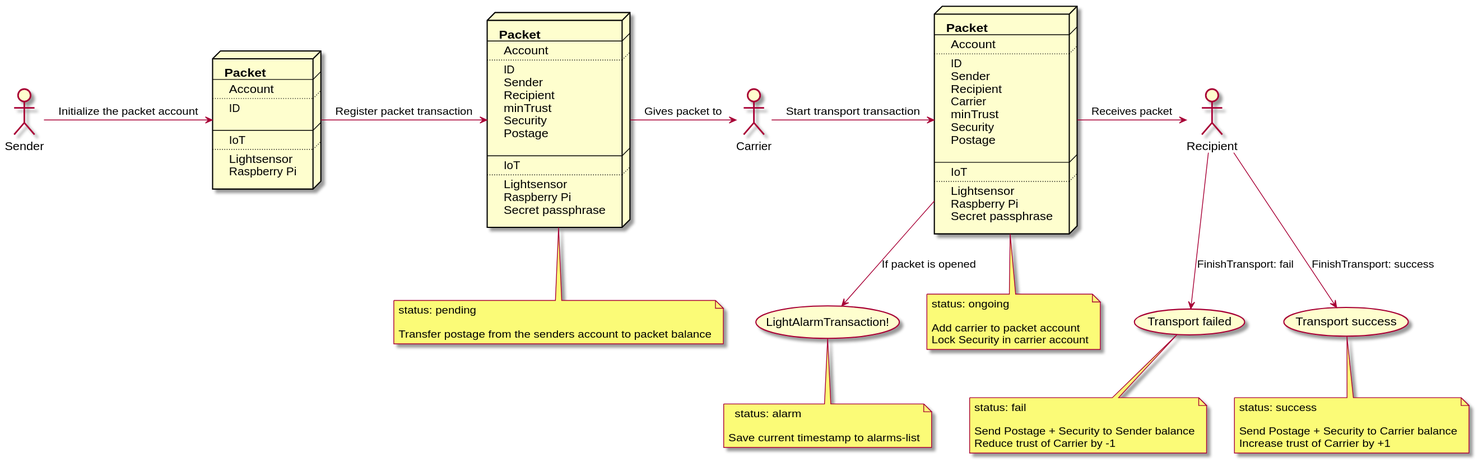
The PlantUML diagram transport/transport-uml.svg in LiskArchive/lisk-sdk-examples, before a commit.
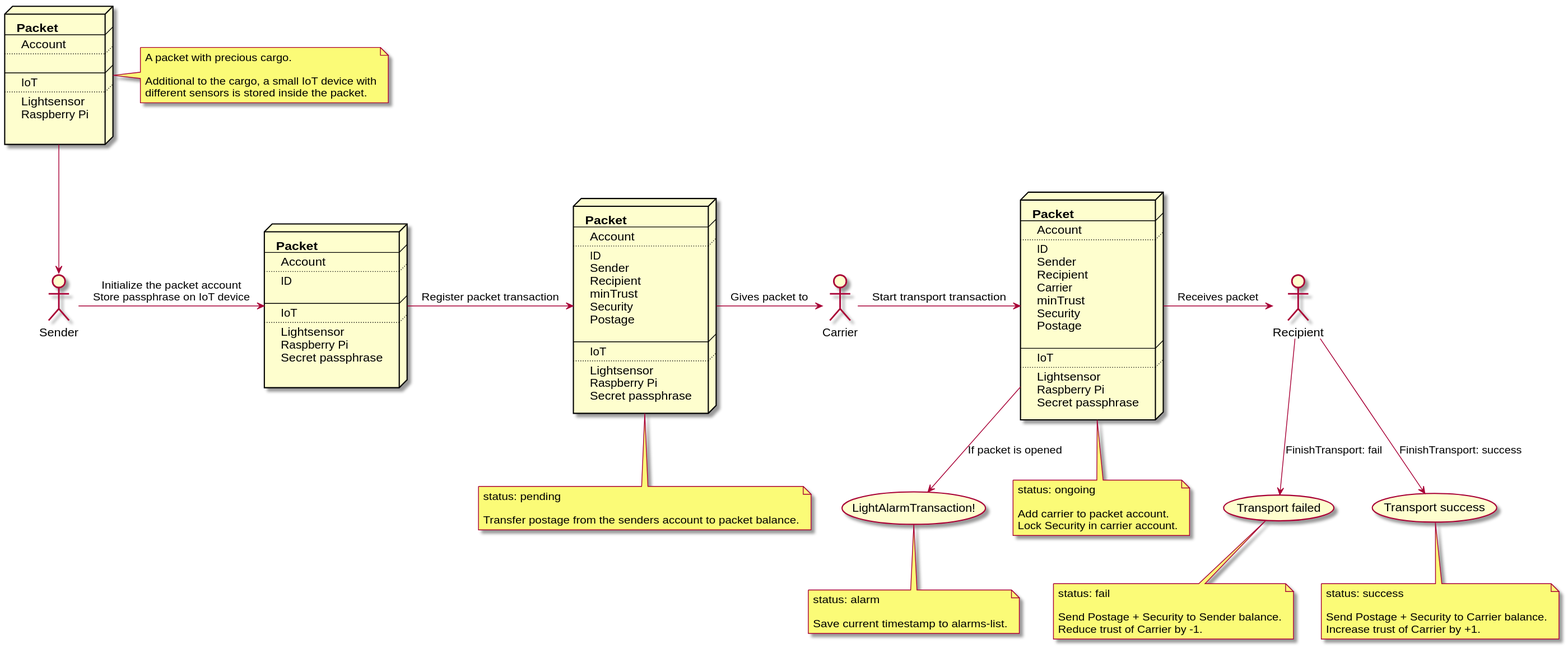
The same diagram one commit later.

Change to the diagram source:
```diff
@@ -2,6 +2,20 @@
 actor Sender
 actor Recipient
 actor Carrier
+
+node emptynode [
+<b>Packet
+----
+Account
+  ....
+
+----
+IoT
+....
+Lightsensor
+Raspberry Pi
+
+]
 
 node initnode [
 <b>Packet
@@ -15,6 +29,8 @@
 ....
 Lightsensor
 Raspberry Pi
+Secret passphrase
+
 ]
 
 
@@ -59,7 +75,8 @@
 Secret passphrase
 ]
 
-Sender -> initnode : Initialize the packet account
+emptynode --> Sender
+Sender -> initnode : Initialize the packet account\nStore passphrase on IoT device
 initnode -> node : Register packet transaction
 node -> Carrier : Gives packet to
 Carrier -> node2 : Start transport transaction
@@ -68,36 +85,43 @@
 Recipient --> (Transport failed) : FinishTransport: fail
 Recipient --> (Transport success) : FinishTransport: success
 
+note right of emptynode
+  A packet with precious cargo.
+
+  Additional to the cargo, a small IoT device with
+  different sensors is stored inside the packet.
+end note
+
 note bottom of (LightAlarmTransaction!)
   status: alarm
 
-Save current timestamp to alarms-list
+  Save current timestamp to alarms-list.
 end note
 
 note bottom of (Transport failed)
   status: fail
 
-  Send Postage + Security to Sender balance
-  Reduce trust of Carrier by -1
+  Send Postage + Security to Sender balance.
+  Reduce trust of Carrier by -1.
 end note
 
 note bottom of (Transport success)
   status: success
 
-  Send Postage + Security to Carrier balance
-  Increase trust of Carrier by +1
+  Send Postage + Security to Carrier balance.
+  Increase trust of Carrier by +1.
 end note
 
 note bottom of node
   status: pending
 
-  Transfer postage from the  senders account to packet balance
+  Transfer postage from the  senders account to packet balance.
 end note
 
 note bottom of node2
   status: ongoing
 
-  Add carrier to packet account
-  Lock Security in carrier account
+  Add carrier to packet account.
+  Lock Security in carrier account.
 end note
 @enduml
```
